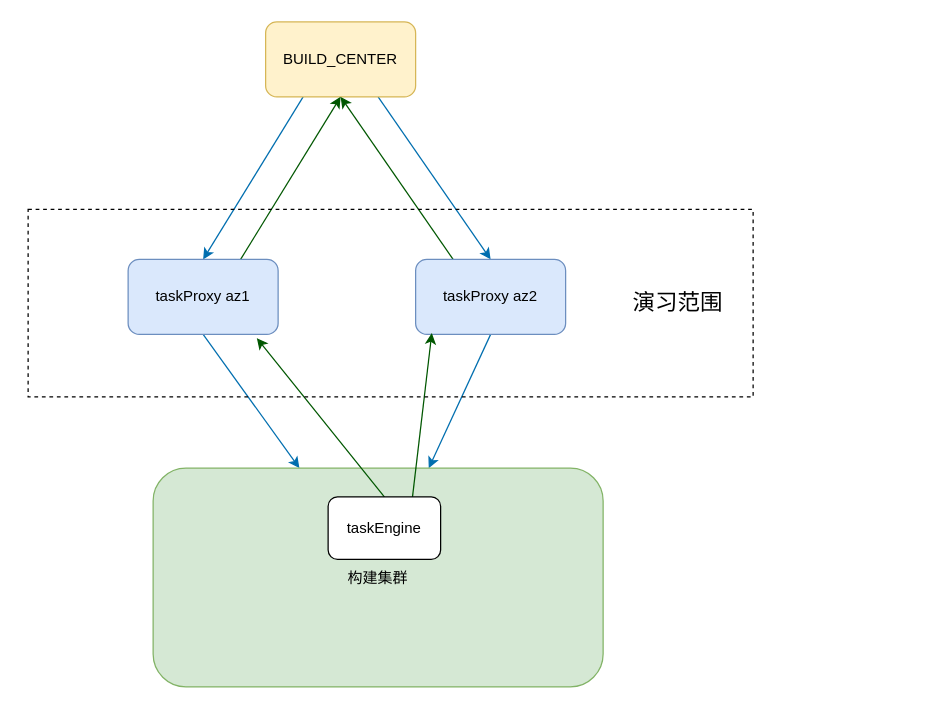
This is Untitled Diagram.drawio from atings/atings.github.io, a draw.io file, before an edit. Source tidied: cells renumbered, new cells numbered last; positions are measured from the earlier drawing's top-left corner, leaving out a move shared by most shapes. Both pictures are drawn from the tidied source at 125%, with x=0, y=0 at pixel (28, 21).
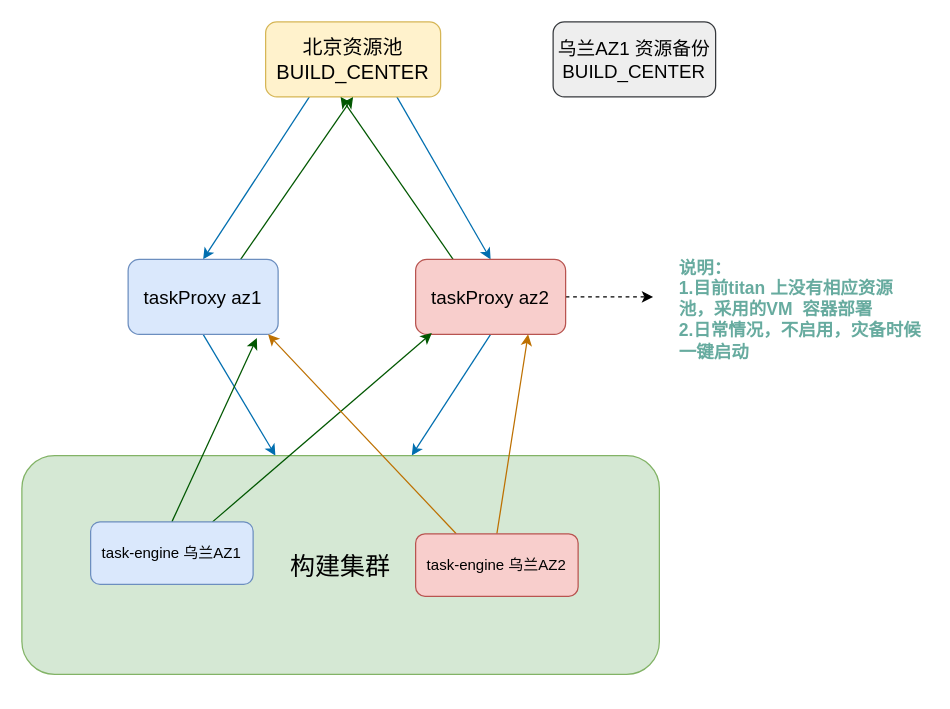
The same diagram, later.

The edit, as a diff of the source:
```diff
@@
-    <mxCell id="4" value="BUILD_CENTER" style="rounded=1;whiteSpace=wrap;html=1;fillColor=#fff2cc;strokeColor=#d6b656;" parent="1" vertex="1">
-      <mxGeometry x="190" width="120" height="60" as="geometry" />
+    <mxCell id="4" value="&lt;font style=&quot;font-size: 16px&quot;&gt;北京资源池&lt;br&gt;BUILD_CENTER&lt;/font&gt;&lt;br&gt;" style="rounded=1;whiteSpace=wrap;html=1;fillColor=#fff2cc;strokeColor=#d6b656;" parent="1" vertex="1">
+      <mxGeometry x="190" width="140" height="60" as="geometry" />
     </mxCell>
@@
-    <mxCell id="7" value="taskProxy az1" style="rounded=1;whiteSpace=wrap;html=1;fillColor=#dae8fc;strokeColor=#6c8ebf;" parent="1" vertex="1">
+    <mxCell id="7" value="&lt;font style=&quot;font-size: 15px&quot;&gt;taskProxy az1&lt;/font&gt;" style="rounded=1;whiteSpace=wrap;html=1;fillColor=#dae8fc;strokeColor=#6c8ebf;" parent="1" vertex="1">
       <mxGeometry x="80" y="190" width="120" height="60" as="geometry" />
     </mxCell>
@@
+    <mxCell id="17" style="edgeStyle=none;rounded=0;jettySize=auto;html=1;exitX=1;exitY=0.5;exitDx=0;exitDy=0;dashed=1;" parent="1" edge="1" source="10">
+      <mxGeometry relative="1" as="geometry">
+        <mxPoint x="500" y="220" as="targetPoint" />
+      </mxGeometry>
+    </mxCell>
-    <mxCell id="10" value="&lt;span&gt;taskProxy az2&lt;/span&gt;" style="rounded=1;whiteSpace=wrap;html=1;fillColor=#dae8fc;strokeColor=#6c8ebf;" parent="1" vertex="1">
+    <mxCell id="10" value="&lt;span&gt;&lt;font style=&quot;font-size: 15px&quot;&gt;taskProxy az2&lt;/font&gt;&lt;/span&gt;" style="rounded=1;whiteSpace=wrap;html=1;fillColor=#f8cecc;strokeColor=#b85450;" parent="1" vertex="1">
       <mxGeometry x="310" y="190" width="120" height="60" as="geometry" />
     </mxCell>
-    <mxCell id="11" value="构建集群" style="rounded=1;whiteSpace=wrap;html=1;fillColor=#d5e8d4;strokeColor=#82b366;" parent="1" vertex="1">
-      <mxGeometry x="100" y="357" width="360" height="175" as="geometry" />
+    <mxCell id="11" value="&lt;font style=&quot;font-size: 20px&quot;&gt;构建集群&lt;/font&gt;" style="rounded=1;whiteSpace=wrap;html=1;fillColor=#d5e8d4;strokeColor=#82b366;" parent="1" vertex="1">
+      <mxGeometry x="-5" y="347" width="510" height="175" as="geometry" />
     </mxCell>
-    <mxCell id="12" style="edgeStyle=none;rounded=0;jettySize=auto;html=1;entryX=0.858;entryY=1.05;entryDx=0;entryDy=0;entryPerimeter=0;fillColor=#008a00;strokeColor=#005700;" parent="1" edge="1" target="7">
-      <mxGeometry relative="1" as="geometry">
-        <mxPoint x="285" y="380" as="sourcePoint" />
-      </mxGeometry>
+    <mxCell id="12" style="edgeStyle=none;rounded=0;jettySize=auto;html=1;entryX=0.858;entryY=1.05;entryDx=0;entryDy=0;entryPerimeter=0;fillColor=#008a00;strokeColor=#005700;exitX=0.5;exitY=0;exitDx=0;exitDy=0;" parent="1" edge="1" source="14" target="7">
+      <mxGeometry relative="1" as="geometry" />
     </mxCell>
@@
-    <mxCell id="14" value="taskEngine" style="rounded=1;whiteSpace=wrap;html=1;" parent="1" vertex="1">
-      <mxGeometry x="240" y="380" width="90" height="50" as="geometry" />
+    <mxCell id="14" value="task-engine 乌兰AZ1" style="rounded=1;whiteSpace=wrap;html=1;fillColor=#dae8fc;strokeColor=#6c8ebf;" parent="1" vertex="1">
+      <mxGeometry x="50" y="400" width="130" height="50" as="geometry" />
     </mxCell>
-    <mxCell id="15" style="rounded=0;whiteSpace=wrap;html=1;fillColor=none;gradientColor=#ffffff;dashed=1;" parent="1" vertex="1">
-      <mxGeometry y="150" width="580" height="150" as="geometry" />
-    </mxCell>
-    <mxCell id="16" value="&lt;font style=&quot;font-size: 18px&quot;&gt;演习范围&lt;/font&gt;" style="text;html=1;strokeColor=none;fillColor=none;align=center;verticalAlign=middle;whiteSpace=wrap;rounded=0;dashed=1;" parent="1" vertex="1">
-      <mxGeometry x="430" y="160" width="180" height="130" as="geometry" />
-    </mxCell>
+    <mxCell id="18" style="rounded=0;jettySize=auto;html=1;exitX=0.25;exitY=0;exitDx=0;exitDy=0;entryX=0.933;entryY=1;entryDx=0;entryDy=0;fillColor=#f0a30a;strokeColor=#BD7000;entryPerimeter=0;" parent="1" edge="1" source="20" target="7">
+      <mxGeometry relative="1" as="geometry" />
+    </mxCell>
+    <mxCell id="19" style="edgeStyle=none;rounded=0;jettySize=auto;html=1;exitX=0.5;exitY=0;exitDx=0;exitDy=0;entryX=0.75;entryY=1;entryDx=0;entryDy=0;fillColor=#f0a30a;strokeColor=#BD7000;" parent="1" edge="1" source="20" target="10">
+      <mxGeometry relative="1" as="geometry" />
+    </mxCell>
+    <mxCell id="20" value="task-engine 乌兰AZ2" style="rounded=1;whiteSpace=wrap;html=1;fillColor=#f8cecc;strokeColor=#b85450;" parent="1" vertex="1">
+      <mxGeometry x="310" y="409.5" width="130" height="50" as="geometry" />
+    </mxCell>
+    <mxCell id="21" value="&lt;font style=&quot;font-size: 15px&quot;&gt;乌兰AZ1 资源备份&lt;br&gt;BUILD_CENTER&lt;br&gt;&lt;/font&gt;" style="rounded=1;whiteSpace=wrap;html=1;fillColor=#eeeeee;strokeColor=#36393d;" parent="1" vertex="1">
+      <mxGeometry x="420" width="130" height="60" as="geometry" />
+    </mxCell>
+    <mxCell id="22" value="&lt;div style=&quot;text-align: left ; font-size: 14px&quot;&gt;&lt;font style=&quot;font-size: 14px&quot; color=&quot;#67ab9f&quot;&gt;&lt;b&gt;说明：&lt;/b&gt;&lt;/font&gt;&lt;/div&gt;&lt;div style=&quot;text-align: left ; font-size: 14px&quot;&gt;&lt;span&gt;&lt;font style=&quot;font-size: 14px&quot; color=&quot;#67ab9f&quot;&gt;&lt;b&gt;1.目前titan 上没有相应资源池，采用的VM&amp;nbsp; 容器部署&lt;/b&gt;&lt;/font&gt;&lt;/span&gt;&lt;/div&gt;&lt;div style=&quot;text-align: left ; font-size: 14px&quot;&gt;&lt;font style=&quot;font-size: 14px&quot; color=&quot;#67ab9f&quot;&gt;&lt;b&gt;2.日常情况，不启用，灾备时候一键启动&lt;/b&gt;&lt;/font&gt;&lt;/div&gt;" style="text;html=1;strokeColor=none;fillColor=none;align=center;verticalAlign=middle;whiteSpace=wrap;rounded=0;" parent="1" vertex="1">
+      <mxGeometry x="520" y="170" width="200" height="120" as="geometry" />
+    </mxCell>
```
